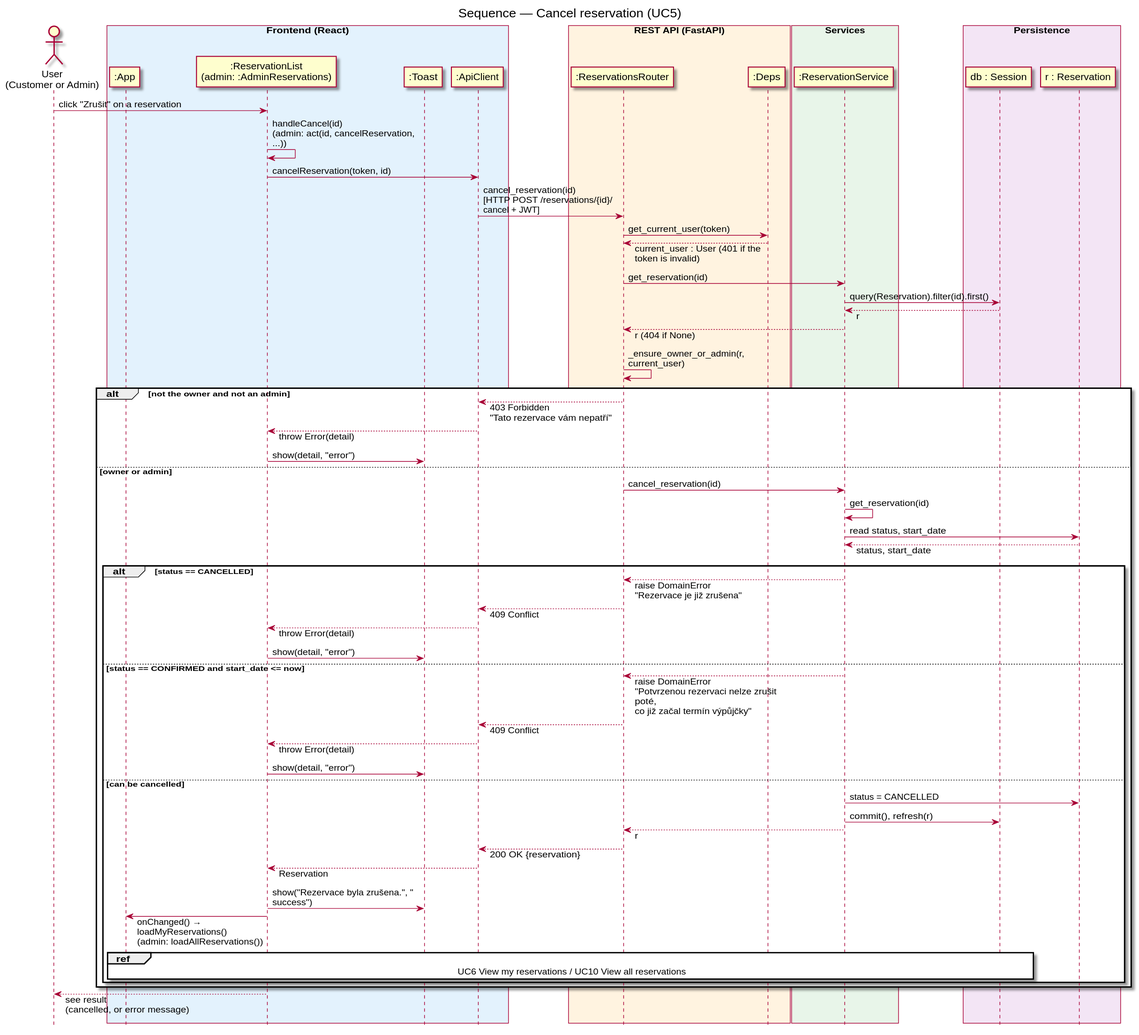
Above: docs/diagrams/sequence-cancel-reservation.svg in DavidMagyarics/CarRentalVSB (PlantUML), before the change.
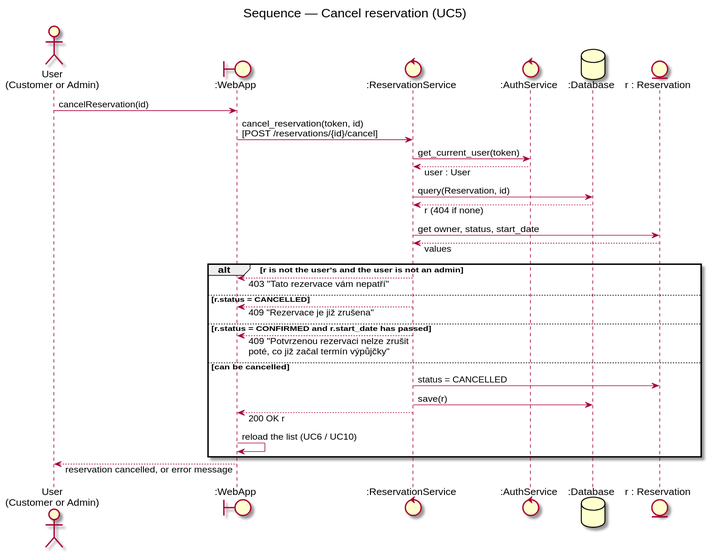
The same file after the commit.

Change to the diagram source:
```diff
@@ -1,72 +1,36 @@
 @startuml sequence-cancel-reservation
 skinparam backgroundColor white
 skinparam responseMessageBelowArrow true
-skinparam maxMessageSize 220
-hide footbox
+skinparam maxMessageSize 260
 title Sequence — Cancel reservation (UC5)
+actor "User\n(Customer or Admin)" as User
+boundary ":WebApp" as Web
+control ":ReservationService" as Res
+control ":AuthService" as Auth
+database ":Database" as DB
+entity "r : Reservation" as R
 
-actor "User\n(Customer or Admin)" as User
-box "Frontend (React)" #E3F2FD
-  participant ":App" as App
-  participant ":ReservationList\n(admin: :AdminReservations)" as List
-  participant ":Toast" as Toast
-  participant ":ApiClient" as ApiClient
-end box
-box "REST API (FastAPI)" #FFF3E0
-  participant ":ReservationsRouter" as ResRouter
-  participant ":Deps" as Deps
-end box
-box "Services" #E8F5E9
-  participant ":ReservationService" as ResService
-end box
-box "Persistence" #F3E5F5
-  participant "db : Session" as DB
-  participant "r : Reservation" as R
-end box
+User -> Web : cancelReservation(id)
+Web -> Res : cancel_reservation(token, id)\n[POST /reservations/{id}/cancel]
+Res -> Auth : get_current_user(token)
+Auth --> Res : user : User
+Res -> DB : query(Reservation, id)
+DB --> Res : r (404 if none)
+Res -> R : get owner, status, start_date
+R --> Res : values
 
-User -> List : click "Zrušit" on a reservation
-List -> List : handleCancel(id)\n(admin: act(id, cancelReservation, ...))
-List -> ApiClient : cancelReservation(token, id)
-ApiClient -> ResRouter : cancel_reservation(id)\n[HTTP POST /reservations/{id}/cancel + JWT]
-ResRouter -> Deps : get_current_user(token)
-Deps --> ResRouter : current_user : User (401 if the token is invalid)
-ResRouter -> ResService : get_reservation(id)
-ResService -> DB : query(Reservation).filter(id).first()
-DB --> ResService : r
-ResService --> ResRouter : r (404 if None)
-ResRouter -> ResRouter : _ensure_owner_or_admin(r, current_user)
-
-alt not the owner and not an admin
-  ResRouter --> ApiClient : 403 Forbidden\n"Tato rezervace vám nepatří"
-  ApiClient --> List : throw Error(detail)
-  List -> Toast : show(detail, "error")
-else owner or admin
-  ResRouter -> ResService : cancel_reservation(id)
-  ResService -> ResService : get_reservation(id)
-  ResService -> R : read status, start_date
-  R --> ResService : status, start_date
-
-  alt status == CANCELLED
-    ResService --> ResRouter : raise DomainError\n"Rezervace je již zrušena"
-    ResRouter --> ApiClient : 409 Conflict
-    ApiClient --> List : throw Error(detail)
-    List -> Toast : show(detail, "error")
-  else status == CONFIRMED and start_date <= now
-    ResService --> ResRouter : raise DomainError\n"Potvrzenou rezervaci nelze zrušit poté,\nco již začal termín výpůjčky"
-    ResRouter --> ApiClient : 409 Conflict
-    ApiClient --> List : throw Error(detail)
-    List -> Toast : show(detail, "error")
-  else can be cancelled
-    ResService -> R : status = CANCELLED
-    ResService -> DB : commit(), refresh(r)
-    ResService --> ResRouter : r
-    ResRouter --> ApiClient : 200 OK {reservation}
-    ApiClient --> List : Reservation
-    List -> Toast : show("Rezervace byla zrušena.", "success")
-    List -> App : onChanged() → loadMyReservations()\n(admin: loadAllReservations())
-    ref over App, DB : UC6 View my reservations / UC10 View all reservations
-  end
+alt r is not the user's and the user is not an admin
+  Res --> Web : 403 "Tato rezervace vám nepatří"
+else r.status = CANCELLED
+  Res --> Web : 409 "Rezervace je již zrušena"
+else r.status = CONFIRMED and r.start_date has passed
+  Res --> Web : 409 "Potvrzenou rezervaci nelze zrušit\npoté, co již začal termín výpůjčky"
+else can be cancelled
+  Res -> R : status = CANCELLED
+  Res -> DB : save(r)
+  Res --> Web : 200 OK r
+  Web -> Web : reload the list (UC6 / UC10)
 end
 
-List --> User : see result\n(cancelled, or error message)
+Web --> User : reservation cancelled, or error message
 @enduml
```
